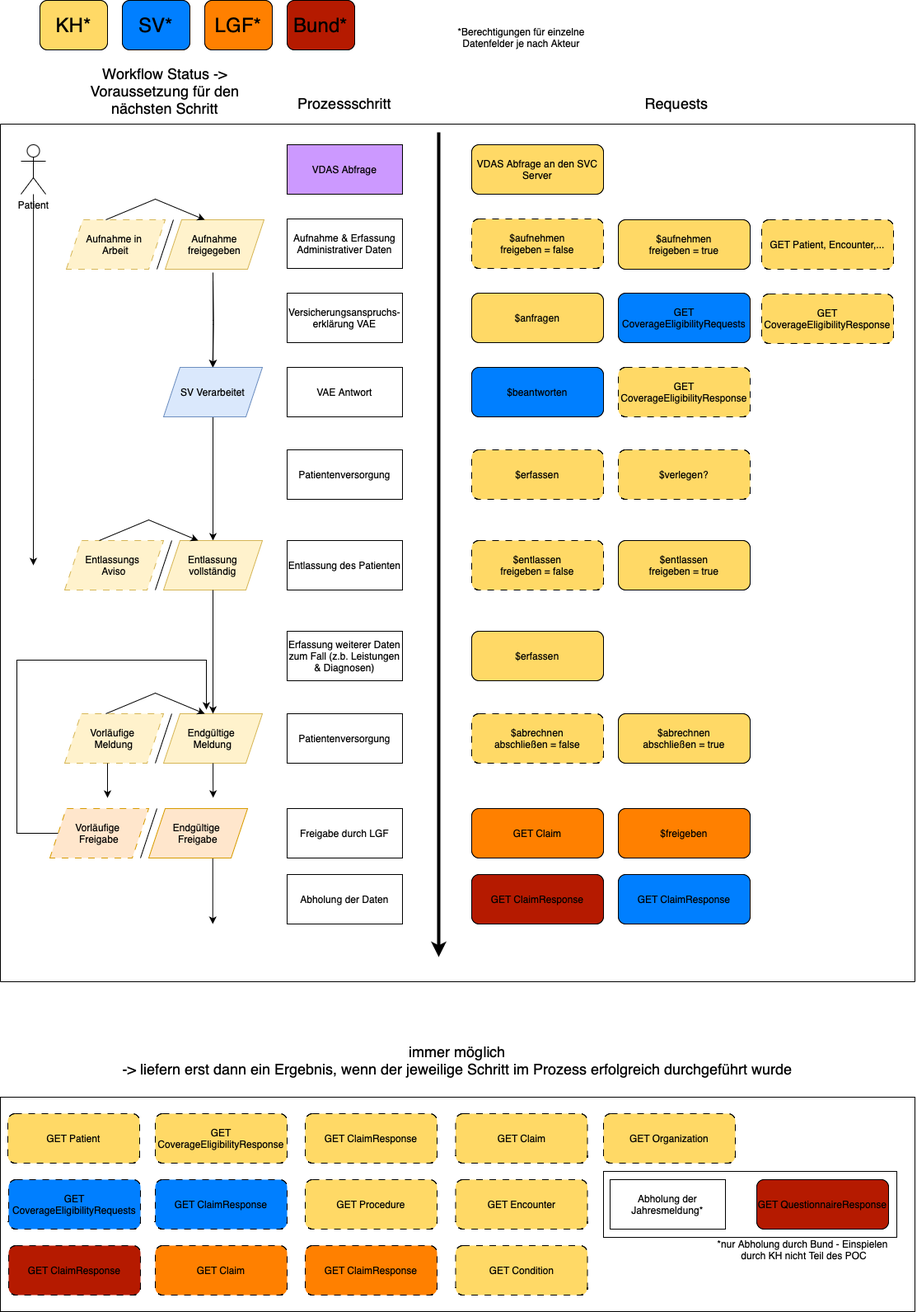
The draw.io diagram input/images/MOPED_Poster.png in HL7Austria/ELGA-MOPED-R5, before a commit. Source tidied: cells renumbered, new cells last; positions are measured from the earlier drawing's top-left corner, leaving out a move shared by most shapes.
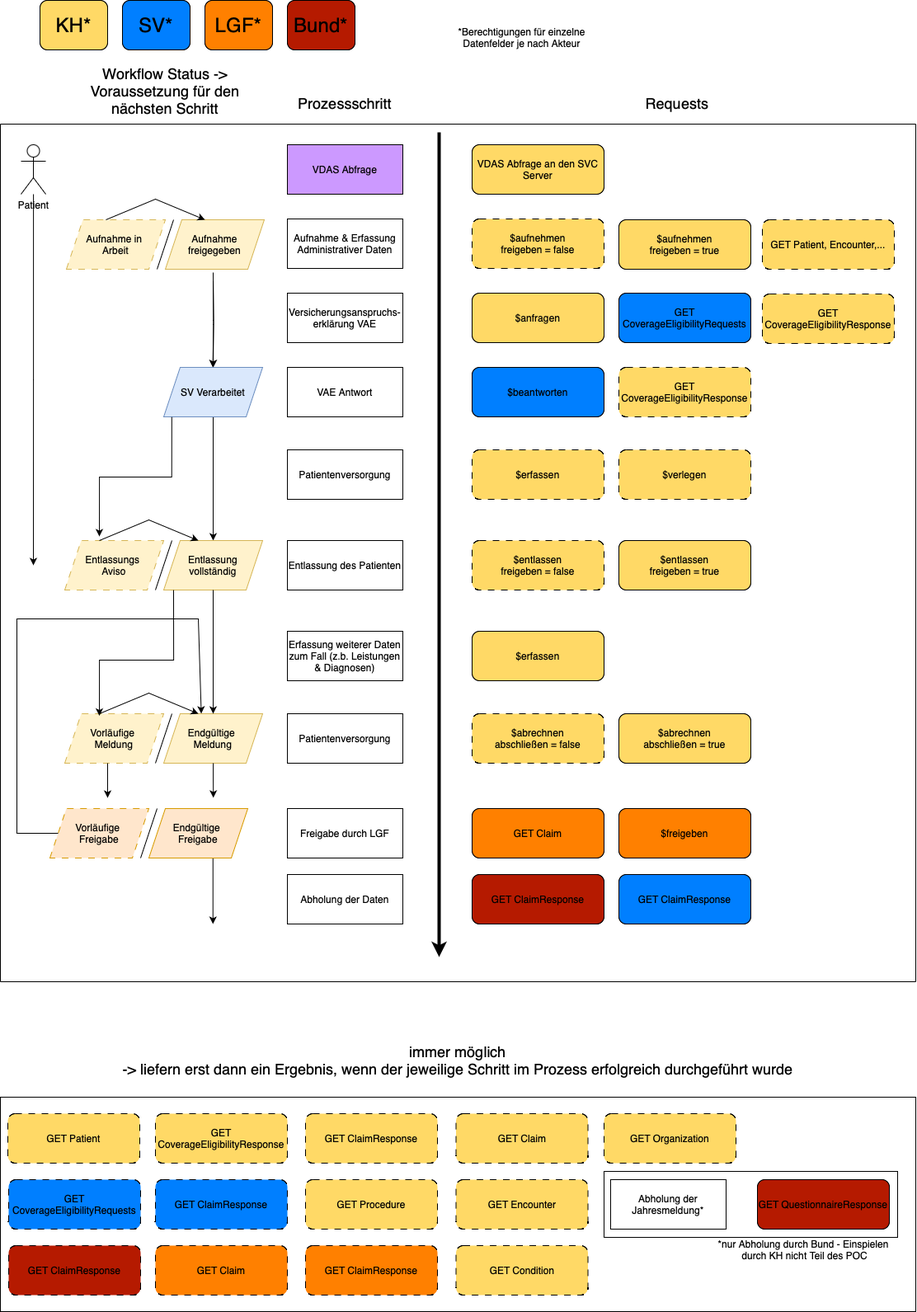
The same file after the commit.

Change to the diagram source:
```diff
@@ -186,15 +186,6 @@
     <mxCell id="56" value="$entlassen&lt;div&gt;freigeben = true&lt;br&gt;&lt;/div&gt;" style="rounded=1;whiteSpace=wrap;html=1;fillColor=light-dark(#FFD966,#281D00);strokeColor=light-dark(#000000, #6d5100);" parent="1" vertex="1">
       <mxGeometry x="750" y="655" width="160" height="60" as="geometry" />
     </mxCell>
-    <mxCell id="57" style="endArrow=classic;html=1;rounded=0;exitX=0.5;exitY=0;exitDx=0;exitDy=0;entryX=0.5;entryY=0;entryDx=0;entryDy=0;" parent="1" edge="1">
-      <mxGeometry relative="1" as="geometry">
-        <mxPoint x="128" y="865" as="sourcePoint" />
-        <mxPoint x="248" y="865" as="targetPoint" />
-        <Array as="points">
-          <mxPoint x="188" y="840" />
-        </Array>
-      </mxGeometry>
-    </mxCell>
     <mxCell id="58" style="endArrow=classic;html=1;rounded=0;exitX=0.5;exitY=0;exitDx=0;exitDy=0;entryX=0.5;entryY=0;entryDx=0;entryDy=0;" parent="1" edge="1">
       <mxGeometry relative="1" as="geometry">
         <mxPoint x="120" y="655" as="sourcePoint" />
@@ -221,7 +212,7 @@
         <mxPoint x="258.2" y="966.9" as="targetPoint" />
       </mxGeometry>
     </mxCell>
-    <mxCell id="62" value="$verlegen?" style="rounded=1;whiteSpace=wrap;html=1;fillColor=light-dark(#FFD966,#281D00);strokeColor=light-dark(#000000, #6d5100);dashed=1;dashPattern=8 8;" parent="1" vertex="1">
+    <mxCell id="62" value="$verlegen" style="rounded=1;whiteSpace=wrap;html=1;fillColor=light-dark(#FFD966,#281D00);strokeColor=light-dark(#000000, #6d5100);dashed=1;dashPattern=8 8;" parent="1" vertex="1">
       <mxGeometry x="750" y="545" width="160" height="60" as="geometry" />
     </mxCell>
     <mxCell id="63" style="edgeStyle=orthogonalEdgeStyle;rounded=0;orthogonalLoop=1;jettySize=auto;html=1;" parent="1" edge="1">
@@ -311,14 +302,13 @@
         <mxPoint x="532" y="1160" as="targetPoint" />
       </mxGeometry>
     </mxCell>
-    <mxCell id="85" style="endArrow=classic;html=1;rounded=0;exitX=0;exitY=0.5;exitDx=0;exitDy=0;" parent="1" edge="1" source="65">
+    <mxCell id="85" style="endArrow=classic;html=1;rounded=0;exitX=0;exitY=0.5;exitDx=0;exitDy=0;entryX=0.38;entryY=-0.002;entryDx=0;entryDy=0;entryPerimeter=0;" parent="1" edge="1" source="65" target="51">
       <mxGeometry relative="1" as="geometry">
-        <mxPoint x="250" y="860" as="targetPoint" />
         <Array as="points">
           <mxPoint x="20" y="1010" />
-          <mxPoint x="20" y="800" />
-          <mxPoint x="120" y="800" />
-          <mxPoint x="250" y="800" />
+          <mxPoint x="20" y="750" />
+          <mxPoint x="120" y="750" />
+          <mxPoint x="240" y="750" />
         </Array>
       </mxGeometry>
     </mxCell>
@@ -334,5 +324,32 @@
     <mxCell id="89" value="*nur Abholung durch Bund - Einspielen &amp;nbsp;durch KH nicht Teil des POC" style="text;html=1;align=center;verticalAlign=middle;whiteSpace=wrap;rounded=0;" parent="1" vertex="1">
       <mxGeometry x="858" y="1500" width="232" height="30" as="geometry" />
     </mxCell>
+    <mxCell id="90" style="edgeStyle=orthogonalEdgeStyle;rounded=0;jettySize=auto;html=1;exitX=0.082;exitY=1.004;exitDx=0;exitDy=0;exitPerimeter=0;" parent="1" edge="1" source="45">
+      <mxGeometry relative="1" as="geometry">
+        <mxPoint x="120" y="650" as="targetPoint" />
+        <Array as="points">
+          <mxPoint x="208" y="578" />
+          <mxPoint x="120" y="578" />
+        </Array>
+      </mxGeometry>
+    </mxCell>
+    <mxCell id="91" style="edgeStyle=orthogonalEdgeStyle;rounded=0;jettySize=auto;html=1;exitX=0.1;exitY=1.001;exitDx=0;exitDy=0;exitPerimeter=0;" parent="1" edge="1" source="47">
+      <mxGeometry relative="1" as="geometry">
+        <mxPoint x="120" y="867.5" as="targetPoint" />
+        <Array as="points">
+          <mxPoint x="210" y="800" />
+          <mxPoint x="120" y="800" />
+        </Array>
+      </mxGeometry>
+    </mxCell>
+    <mxCell id="92" style="endArrow=classic;html=1;rounded=0;exitX=0.5;exitY=0;exitDx=0;exitDy=0;entryX=0.5;entryY=0;entryDx=0;entryDy=0;" parent="1" edge="1">
+      <mxGeometry relative="1" as="geometry">
+        <mxPoint x="120" y="865" as="sourcePoint" />
+        <mxPoint x="240" y="865" as="targetPoint" />
+        <Array as="points">
+          <mxPoint x="180" y="840" />
+        </Array>
+      </mxGeometry>
+    </mxCell>
   </root>
 </mxGraphModel>
```
